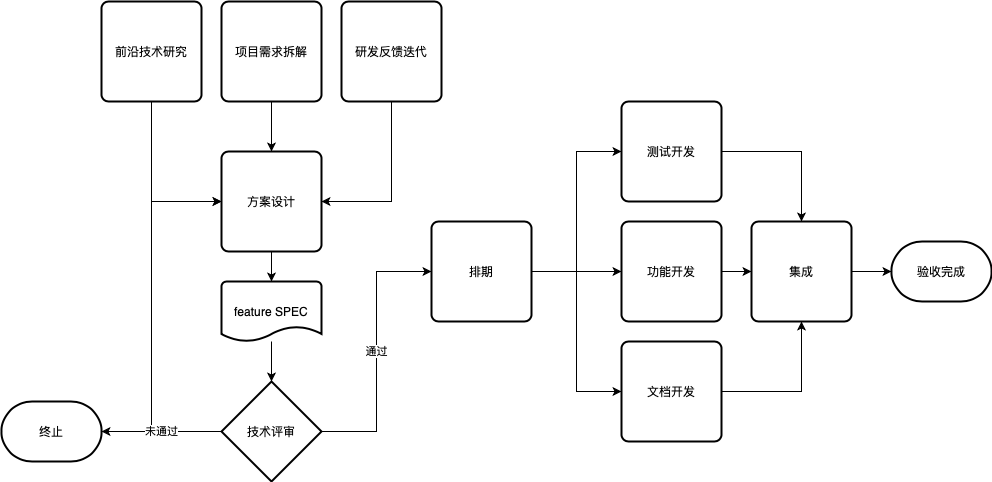
Earlier version of the draw.io export 流程.png (dingsg/drawio). Source tidied: cells renumbered, new cells last; positions are measured from the earlier drawing's top-left corner, leaving out a move shared by most shapes.
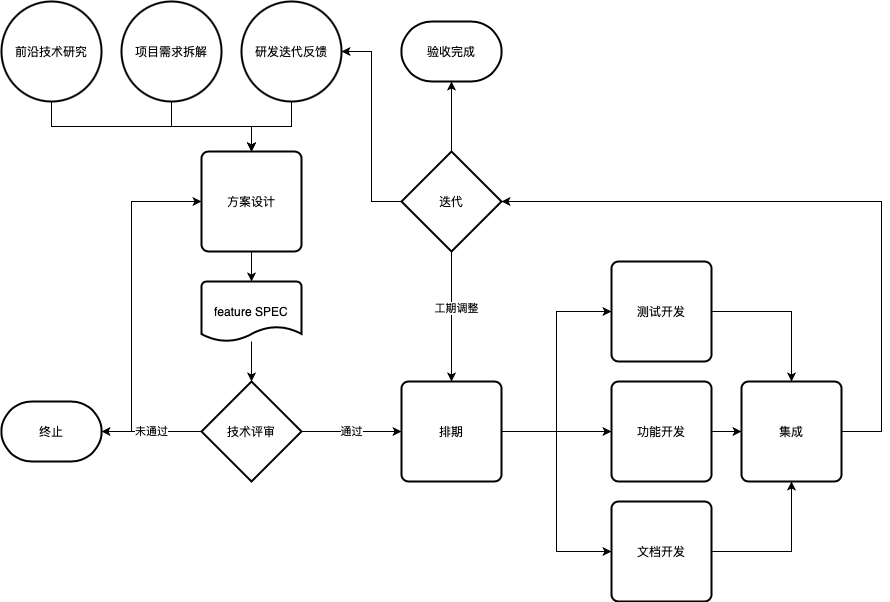
Above is the later version.

Change to the diagram source:
```diff
@@ -8,24 +8,6 @@
     <mxCell id="3" value="feature SPEC" style="strokeWidth=2;html=1;shape=mxgraph.flowchart.document2;whiteSpace=wrap;size=0.25;" parent="1" vertex="1">
       <mxGeometry x="220" y="280" width="100" height="60" as="geometry" />
     </mxCell>
-    <mxCell id="4" style="edgeStyle=orthogonalEdgeStyle;rounded=0;jettySize=auto;html=1;exitX=0.5;exitY=1;exitDx=0;exitDy=0;entryX=0;entryY=0.5;entryDx=0;entryDy=0;" parent="1" edge="1" source="5" target="11">
-      <mxGeometry relative="1" as="geometry" />
-    </mxCell>
-    <mxCell id="5" value="前沿技术研究" style="rounded=1;whiteSpace=wrap;html=1;absoluteArcSize=1;arcSize=14;strokeWidth=2;" parent="1" vertex="1">
-      <mxGeometry x="100" width="100" height="100" as="geometry" />
-    </mxCell>
-    <mxCell id="6" style="edgeStyle=orthogonalEdgeStyle;rounded=0;jettySize=auto;html=1;exitX=0.5;exitY=1;exitDx=0;exitDy=0;entryX=0.5;entryY=0;entryDx=0;entryDy=0;" parent="1" edge="1" source="7" target="11">
-      <mxGeometry relative="1" as="geometry" />
-    </mxCell>
-    <mxCell id="7" value="项目需求拆解" style="rounded=1;whiteSpace=wrap;html=1;absoluteArcSize=1;arcSize=14;strokeWidth=2;" parent="1" vertex="1">
-      <mxGeometry x="220" width="100" height="100" as="geometry" />
-    </mxCell>
-    <mxCell id="8" style="edgeStyle=orthogonalEdgeStyle;rounded=0;jettySize=auto;html=1;exitX=0.5;exitY=1;exitDx=0;exitDy=0;entryX=1;entryY=0.5;entryDx=0;entryDy=0;" parent="1" edge="1" source="9" target="11">
-      <mxGeometry relative="1" as="geometry" />
-    </mxCell>
-    <mxCell id="9" value="研发反馈迭代" style="rounded=1;whiteSpace=wrap;html=1;absoluteArcSize=1;arcSize=14;strokeWidth=2;" parent="1" vertex="1">
-      <mxGeometry x="340" width="100" height="100" as="geometry" />
-    </mxCell>
     <mxCell id="10" style="edgeStyle=orthogonalEdgeStyle;rounded=0;jettySize=auto;html=1;exitX=0.5;exitY=1;exitDx=0;exitDy=0;entryX=0.5;entryY=0;entryDx=0;entryDy=0;entryPerimeter=0;" parent="1" edge="1" source="11" target="3">
       <mxGeometry relative="1" as="geometry" />
     </mxCell>
@@ -50,46 +32,88 @@
       <mxGeometry x="220" y="380" width="100" height="100" as="geometry" />
     </mxCell>
     <mxCell id="16" value="终止" style="strokeWidth=2;html=1;shape=mxgraph.flowchart.terminator;whiteSpace=wrap;" parent="1" vertex="1">
-      <mxGeometry y="400" width="100" height="60" as="geometry" />
+      <mxGeometry x="20" y="400" width="100" height="60" as="geometry" />
     </mxCell>
+    <mxCell id="18" style="edgeStyle=orthogonalEdgeStyle;rounded=0;jettySize=auto;html=1;entryX=0;entryY=0.5;entryDx=0;entryDy=0;" parent="1" edge="1" source="20" target="22">
+      <mxGeometry relative="1" as="geometry" />
+    </mxCell>
-    <mxCell id="17" style="edgeStyle=orthogonalEdgeStyle;rounded=0;jettySize=auto;html=1;exitX=1;exitY=0.5;exitDx=0;exitDy=0;entryX=0;entryY=0.5;entryDx=0;entryDy=0;" parent="1" edge="1" source="20" target="24">
+    <mxCell id="17" style="edgeStyle=orthogonalEdgeStyle;rounded=0;jettySize=auto;html=1;entryX=0;entryY=0.5;entryDx=0;entryDy=0;" parent="1" edge="1" source="20" target="24">
       <mxGeometry relative="1" as="geometry" />
     </mxCell>
-    <mxCell id="18" style="edgeStyle=orthogonalEdgeStyle;rounded=0;jettySize=auto;html=1;exitX=1;exitY=0.5;exitDx=0;exitDy=0;entryX=0;entryY=0.5;entryDx=0;entryDy=0;" parent="1" edge="1" source="20" target="22">
-      <mxGeometry relative="1" as="geometry" />
-    </mxCell>
-    <mxCell id="19" style="edgeStyle=orthogonalEdgeStyle;rounded=0;jettySize=auto;html=1;exitX=1;exitY=0.5;exitDx=0;exitDy=0;entryX=0;entryY=0.5;entryDx=0;entryDy=0;" parent="1" edge="1" source="20" target="26">
+    <mxCell id="19" style="edgeStyle=orthogonalEdgeStyle;rounded=0;jettySize=auto;html=1;entryX=0;entryY=0.5;entryDx=0;entryDy=0;" parent="1" edge="1" source="20" target="26">
       <mxGeometry relative="1" as="geometry" />
     </mxCell>
     <mxCell id="20" value="排期" style="rounded=1;whiteSpace=wrap;html=1;absoluteArcSize=1;arcSize=14;strokeWidth=2;" parent="1" vertex="1">
-      <mxGeometry x="430" y="220" width="100" height="100" as="geometry" />
+      <mxGeometry x="420" y="380" width="100" height="100" as="geometry" />
     </mxCell>
     <mxCell id="21" style="edgeStyle=orthogonalEdgeStyle;rounded=0;jettySize=auto;html=1;exitX=1;exitY=0.5;exitDx=0;exitDy=0;entryX=0.5;entryY=0;entryDx=0;entryDy=0;" parent="1" edge="1" source="22" target="29">
       <mxGeometry relative="1" as="geometry" />
     </mxCell>
     <mxCell id="22" value="测试开发" style="rounded=1;whiteSpace=wrap;html=1;absoluteArcSize=1;arcSize=14;strokeWidth=2;" parent="1" vertex="1">
-      <mxGeometry x="620" y="100" width="100" height="100" as="geometry" />
+      <mxGeometry x="630" y="260" width="100" height="100" as="geometry" />
     </mxCell>
     <mxCell id="23" style="edgeStyle=orthogonalEdgeStyle;rounded=0;jettySize=auto;html=1;entryX=0;entryY=0.5;entryDx=0;entryDy=0;" parent="1" edge="1" source="24" target="29">
       <mxGeometry relative="1" as="geometry" />
     </mxCell>
     <mxCell id="24" value="功能开发" style="rounded=1;whiteSpace=wrap;html=1;absoluteArcSize=1;arcSize=14;strokeWidth=2;" parent="1" vertex="1">
-      <mxGeometry x="620" y="220" width="100" height="100" as="geometry" />
+      <mxGeometry x="630" y="380" width="100" height="100" as="geometry" />
     </mxCell>
     <mxCell id="25" style="edgeStyle=orthogonalEdgeStyle;rounded=0;jettySize=auto;html=1;entryX=0.5;entryY=1;entryDx=0;entryDy=0;" parent="1" edge="1" source="26" target="29">
       <mxGeometry relative="1" as="geometry" />
     </mxCell>
     <mxCell id="26" value="文档开发" style="rounded=1;whiteSpace=wrap;html=1;absoluteArcSize=1;arcSize=14;strokeWidth=2;" parent="1" vertex="1">
-      <mxGeometry x="620" y="340" width="100" height="100" as="geometry" />
+      <mxGeometry x="630" y="500" width="100" height="100" as="geometry" />
     </mxCell>
     <mxCell id="27" value="验收完成" style="strokeWidth=2;html=1;shape=mxgraph.flowchart.terminator;whiteSpace=wrap;" parent="1" vertex="1">
-      <mxGeometry x="890" y="240" width="100" height="60" as="geometry" />
+      <mxGeometry x="420" y="20" width="100" height="60" as="geometry" />
     </mxCell>
-    <mxCell id="28" style="edgeStyle=orthogonalEdgeStyle;rounded=0;jettySize=auto;html=1;exitX=1;exitY=0.5;exitDx=0;exitDy=0;entryX=0;entryY=0.5;entryDx=0;entryDy=0;entryPerimeter=0;" parent="1" edge="1" source="29" target="27">
-      <mxGeometry relative="1" as="geometry" />
-    </mxCell>
+    <mxCell id="30" style="edgeStyle=orthogonalEdgeStyle;rounded=0;jettySize=auto;html=1;entryX=1;entryY=0.5;entryDx=0;entryDy=0;entryPerimeter=0;" parent="1" edge="1" source="29" target="35">
+      <mxGeometry relative="1" as="geometry">
+        <Array as="points">
+          <mxPoint x="900" y="430" />
+          <mxPoint x="900" y="200" />
+        </Array>
+      </mxGeometry>
+    </mxCell>
     <mxCell id="29" value="集成" style="rounded=1;whiteSpace=wrap;html=1;absoluteArcSize=1;arcSize=14;strokeWidth=2;" parent="1" vertex="1">
-      <mxGeometry x="750" y="220" width="100" height="100" as="geometry" />
+      <mxGeometry x="760" y="380" width="100" height="100" as="geometry" />
     </mxCell>
+    <mxCell id="31" style="edgeStyle=orthogonalEdgeStyle;rounded=0;jettySize=auto;html=1;entryX=0.5;entryY=0;entryDx=0;entryDy=0;" parent="1" edge="1" source="35" target="20">
+      <mxGeometry relative="1" as="geometry" />
+    </mxCell>
+    <mxCell id="32" value="工期调整" style="edgeLabel;html=1;align=center;verticalAlign=middle;" parent="31" vertex="1">
+      <mxGeometry x="-0.14" y="4" relative="1" as="geometry" />
+    </mxCell>
+    <mxCell id="33" style="edgeStyle=orthogonalEdgeStyle;rounded=0;jettySize=auto;html=1;exitX=0.5;exitY=0;exitDx=0;exitDy=0;exitPerimeter=0;entryX=0.5;entryY=1;entryDx=0;entryDy=0;entryPerimeter=0;" parent="1" edge="1" source="35" target="27">
+      <mxGeometry relative="1" as="geometry" />
+    </mxCell>
+    <mxCell id="34" style="edgeStyle=orthogonalEdgeStyle;rounded=0;jettySize=auto;html=1;entryX=1;entryY=0.5;entryDx=0;entryDy=0;entryPerimeter=0;" parent="1" edge="1" source="35" target="39">
+      <mxGeometry relative="1" as="geometry" />
+    </mxCell>
+    <mxCell id="35" value="迭代" style="strokeWidth=2;html=1;shape=mxgraph.flowchart.decision;whiteSpace=wrap;" parent="1" vertex="1">
+      <mxGeometry x="420" y="150" width="100" height="100" as="geometry" />
+    </mxCell>
+    <mxCell id="36" style="edgeStyle=orthogonalEdgeStyle;rounded=0;jettySize=auto;html=1;exitX=0.5;exitY=1;exitDx=0;exitDy=0;exitPerimeter=0;" parent="1" edge="1" source="5">
+      <mxGeometry relative="1" as="geometry">
+        <mxPoint x="270" y="150" as="targetPoint" />
+      </mxGeometry>
+    </mxCell>
+    <mxCell id="5" value="前沿技术研究" style="strokeWidth=2;html=1;shape=mxgraph.flowchart.start_2;whiteSpace=wrap;" parent="1" vertex="1">
+      <mxGeometry x="20" width="100" height="100" as="geometry" />
+    </mxCell>
+    <mxCell id="37" style="edgeStyle=orthogonalEdgeStyle;rounded=0;jettySize=auto;html=1;exitX=0.5;exitY=1;exitDx=0;exitDy=0;exitPerimeter=0;" parent="1" edge="1" source="7">
+      <mxGeometry relative="1" as="geometry">
+        <mxPoint x="270" y="150" as="targetPoint" />
+      </mxGeometry>
+    </mxCell>
+    <mxCell id="7" value="项目需求拆解" style="strokeWidth=2;html=1;shape=mxgraph.flowchart.start_2;whiteSpace=wrap;" parent="1" vertex="1">
+      <mxGeometry x="140" width="100" height="100" as="geometry" />
+    </mxCell>
+    <mxCell id="38" style="edgeStyle=orthogonalEdgeStyle;rounded=0;jettySize=auto;html=1;exitX=0.5;exitY=1;exitDx=0;exitDy=0;exitPerimeter=0;" parent="1" edge="1" source="39" target="11">
+      <mxGeometry relative="1" as="geometry" />
+    </mxCell>
+    <mxCell id="39" value="研发迭代反馈" style="strokeWidth=2;html=1;shape=mxgraph.flowchart.start_2;whiteSpace=wrap;" parent="1" vertex="1">
+      <mxGeometry x="260" width="100" height="100" as="geometry" />
+    </mxCell>
   </root>
 </mxGraphModel>
```
